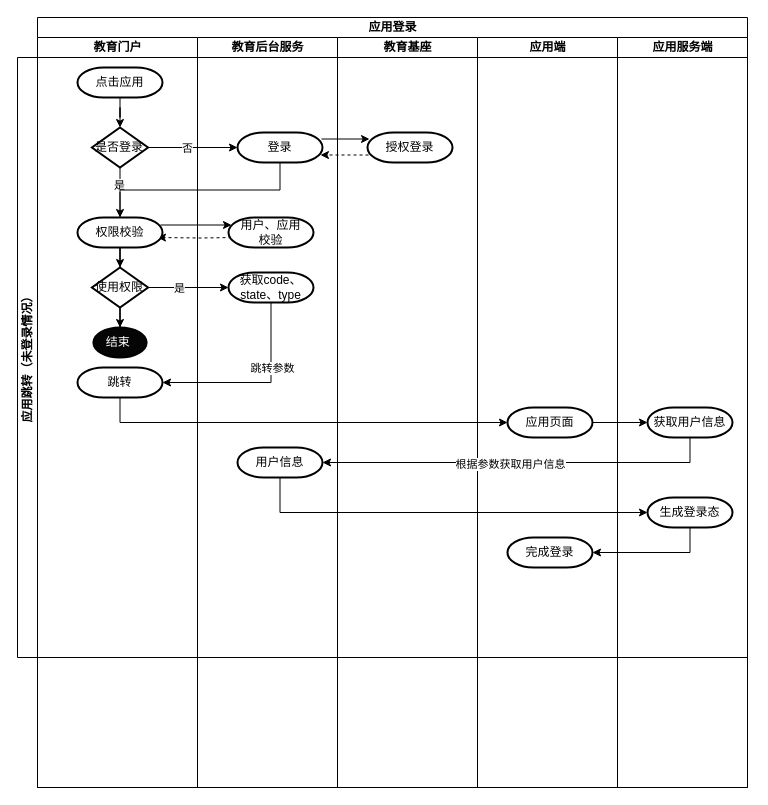
This is 平台应用打开流程.drawio from liangdengming/diagrams, a draw.io file, before an edit. Source tidied: cells renumbered, new cells numbered last; positions are measured from the earlier drawing's top-left corner, leaving out a move shared by most shapes. Both pictures are drawn from the tidied source at 100%, with x=0, y=0 at pixel (17, 17).
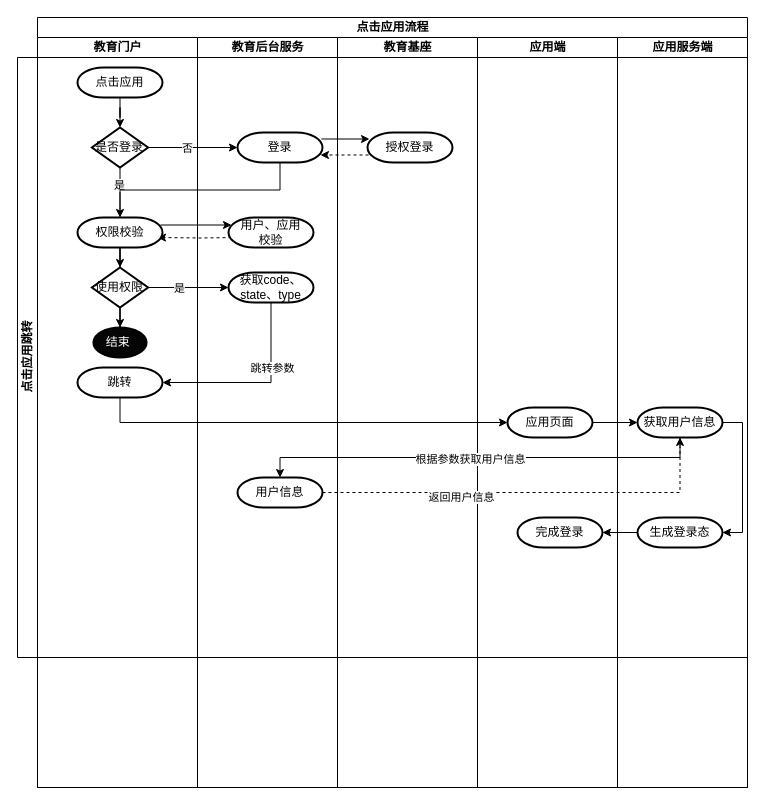
Above is the later version.

Commit message (it also covers changes not shown here):
更新平台应用打开流程.drawio

Change to the diagram source:
```diff
@@
-    <mxCell id="2" value="应用登录" style="swimlane;startSize=20;html=1;" parent="1" vertex="1">
+    <mxCell id="2" value="点击应用流程" style="swimlane;startSize=20;html=1;" parent="1" vertex="1">
       <mxGeometry x="20" width="710" height="770" as="geometry" />
     </mxCell>
@@
-    <mxCell id="8" value="应用跳转（未登录情况）" style="swimlane;startSize=20;horizontal=0;html=1;" parent="1" vertex="1">
+    <mxCell id="8" value="点击应用跳转" style="swimlane;startSize=20;horizontal=0;html=1;" parent="1" vertex="1">
       <mxGeometry y="40" width="730" height="600" as="geometry" />
     </mxCell>
@@
-    <mxCell id="25" style="edgeStyle=orthogonalEdgeStyle;rounded=0;jettySize=auto;html=1;entryX=1;entryY=0.5;entryDx=0;entryDy=0;entryPerimeter=0;exitX=0.5;exitY=1;exitDx=0;exitDy=0;exitPerimeter=0;" parent="8" edge="1" source="31" target="30">
+    <mxCell id="25" style="edgeStyle=orthogonalEdgeStyle;rounded=0;jettySize=auto;html=1;entryX=0.5;entryY=0;entryDx=0;entryDy=0;entryPerimeter=0;exitX=0.5;exitY=1;exitDx=0;exitDy=0;exitPerimeter=0;" parent="8" edge="1" source="31" target="30">
       <mxGeometry relative="1" as="geometry" />
     </mxCell>
@@
-    <mxCell id="29" style="edgeStyle=orthogonalEdgeStyle;rounded=0;jettySize=auto;html=1;entryX=0;entryY=0.5;entryDx=0;entryDy=0;entryPerimeter=0;exitX=0.5;exitY=1;exitDx=0;exitDy=0;exitPerimeter=0;" parent="8" edge="1" source="30" target="33">
-      <mxGeometry relative="1" as="geometry" />
-    </mxCell>
+    <mxCell id="46" style="edgeStyle=orthogonalEdgeStyle;rounded=0;jettySize=auto;html=1;entryX=0.5;entryY=1;entryDx=0;entryDy=0;entryPerimeter=0;dashed=1;" parent="8" edge="1" source="30" target="31">
+      <mxGeometry relative="1" as="geometry" />
+    </mxCell>
+    <mxCell id="47" value="返回用户信息" style="edgeLabel;html=1;align=center;verticalAlign=middle;" parent="46" vertex="1">
+      <mxGeometry x="-0.33" y="-3" relative="1" as="geometry">
+        <mxPoint y="1" as="offset" />
+      </mxGeometry>
+    </mxCell>
     <mxCell id="30" value="用户信息" style="strokeWidth=2;html=1;shape=mxgraph.flowchart.terminator;whiteSpace=wrap;" parent="8" vertex="1">
-      <mxGeometry x="220" y="390" width="85" height="30" as="geometry" />
+      <mxGeometry x="220" y="420" width="85" height="30" as="geometry" />
     </mxCell>
+    <mxCell id="48" style="edgeStyle=orthogonalEdgeStyle;rounded=0;jettySize=auto;html=1;entryX=1;entryY=0.5;entryDx=0;entryDy=0;entryPerimeter=0;exitX=1;exitY=0.5;exitDx=0;exitDy=0;exitPerimeter=0;" parent="8" edge="1" source="31" target="33">
+      <mxGeometry relative="1" as="geometry" />
+    </mxCell>
     <mxCell id="31" value="获取用户信息" style="strokeWidth=2;html=1;shape=mxgraph.flowchart.terminator;whiteSpace=wrap;" parent="8" vertex="1">
-      <mxGeometry x="630" y="350" width="85" height="30" as="geometry" />
+      <mxGeometry x="620" y="350" width="85" height="30" as="geometry" />
     </mxCell>
-    <mxCell id="32" style="edgeStyle=orthogonalEdgeStyle;rounded=0;jettySize=auto;html=1;entryX=1;entryY=0.5;entryDx=0;entryDy=0;entryPerimeter=0;exitX=0.5;exitY=1;exitDx=0;exitDy=0;exitPerimeter=0;" parent="8" edge="1" source="33" target="34">
+    <mxCell id="32" style="edgeStyle=orthogonalEdgeStyle;rounded=0;jettySize=auto;html=1;entryX=1;entryY=0.5;entryDx=0;entryDy=0;entryPerimeter=0;exitX=0;exitY=0.5;exitDx=0;exitDy=0;exitPerimeter=0;" parent="8" edge="1" source="33" target="34">
       <mxGeometry relative="1" as="geometry" />
     </mxCell>
     <mxCell id="33" value="生成登录态" style="strokeWidth=2;html=1;shape=mxgraph.flowchart.terminator;whiteSpace=wrap;" parent="8" vertex="1">
-      <mxGeometry x="630" y="440" width="85" height="30" as="geometry" />
+      <mxGeometry x="620" y="460" width="85" height="30" as="geometry" />
     </mxCell>
     <mxCell id="34" value="完成登录" style="strokeWidth=2;html=1;shape=mxgraph.flowchart.terminator;whiteSpace=wrap;" parent="8" vertex="1">
-      <mxGeometry x="490" y="480" width="85" height="30" as="geometry" />
+      <mxGeometry x="500" y="460" width="85" height="30" as="geometry" />
     </mxCell>
```
